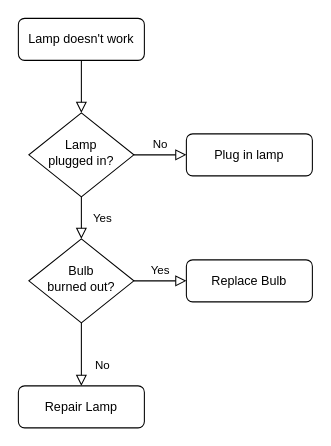
This is 未命名绘图.drawio from scancher/drawio, a draw.io file, before an edit. Source tidied: cells renumbered, new cells numbered last; positions are measured from the earlier drawing's top-left corner, leaving out a move shared by most shapes. Both pictures are drawn from the tidied source at 105%, with x=0, y=0 at pixel (18, 18).
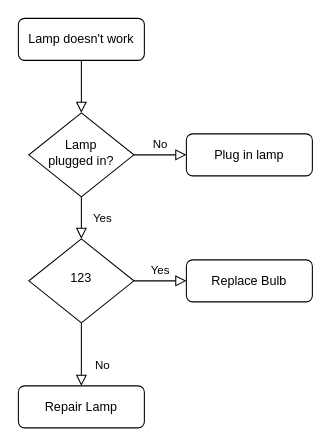
The same diagram, later.

Commit message:
更新未命名绘图.drawio

What changed in the source:
```diff
@@
 <mxGraphModel>
   <root>
     <mxCell id="0" />
     <mxCell id="1" parent="0" />
     <mxCell id="2" style="rounded=0;html=1;jettySize=auto;fontSize=11;endArrow=block;endFill=0;endSize=8;strokeWidth=1;shadow=0;labelBackgroundColor=none;edgeStyle=orthogonalEdgeStyle;" parent="1" edge="1" source="3" target="6">
       <mxGeometry relative="1" as="geometry" />
     </mxCell>
     <mxCell id="3" value="Lamp doesn't work" style="rounded=1;whiteSpace=wrap;html=1;fontSize=12;glass=0;strokeWidth=1;shadow=0;" parent="1" vertex="1">
       <mxGeometry width="120" height="40" as="geometry" />
     </mxCell>
     <mxCell id="4" value="Yes" style="rounded=0;html=1;jettySize=auto;fontSize=11;endArrow=block;endFill=0;endSize=8;strokeWidth=1;shadow=0;labelBackgroundColor=none;edgeStyle=orthogonalEdgeStyle;" parent="1" edge="1" source="6" target="10">
       <mxGeometry y="20" relative="1" as="geometry" />
     </mxCell>
     <mxCell id="5" value="No" style="edgeStyle=orthogonalEdgeStyle;rounded=0;html=1;jettySize=auto;fontSize=11;endArrow=block;endFill=0;endSize=8;strokeWidth=1;shadow=0;labelBackgroundColor=none;" parent="1" edge="1" source="6" target="7">
       <mxGeometry y="10" relative="1" as="geometry" />
     </mxCell>
     <mxCell id="6" value="Lamp&lt;br&gt;plugged in?" style="rhombus;whiteSpace=wrap;html=1;shadow=0;fontFamily=Helvetica;fontSize=12;align=center;strokeWidth=1;spacing=6;spacingTop=-4;" parent="1" vertex="1">
       <mxGeometry x="10" y="90" width="100" height="80" as="geometry" />
     </mxCell>
     <mxCell id="7" value="Plug in lamp" style="rounded=1;whiteSpace=wrap;html=1;fontSize=12;glass=0;strokeWidth=1;shadow=0;" parent="1" vertex="1">
       <mxGeometry x="160" y="110" width="120" height="40" as="geometry" />
     </mxCell>
     <mxCell id="8" value="No" style="rounded=0;html=1;jettySize=auto;fontSize=11;endArrow=block;endFill=0;endSize=8;strokeWidth=1;shadow=0;labelBackgroundColor=none;edgeStyle=orthogonalEdgeStyle;" parent="1" edge="1" source="10" target="11">
       <mxGeometry x="0.33" y="20" relative="1" as="geometry" />
     </mxCell>
     <mxCell id="9" value="Yes" style="edgeStyle=orthogonalEdgeStyle;rounded=0;html=1;jettySize=auto;fontSize=11;endArrow=block;endFill=0;endSize=8;strokeWidth=1;shadow=0;labelBackgroundColor=none;" parent="1" edge="1" source="10" target="12">
       <mxGeometry y="10" relative="1" as="geometry" />
     </mxCell>
-    <mxCell id="10" value="Bulb&lt;br&gt;burned out?" style="rhombus;whiteSpace=wrap;html=1;shadow=0;fontFamily=Helvetica;fontSize=12;align=center;strokeWidth=1;spacing=6;spacingTop=-4;" parent="1" vertex="1">
+    <mxCell id="10" value="123" style="rhombus;whiteSpace=wrap;html=1;shadow=0;fontFamily=Helvetica;fontSize=12;align=center;strokeWidth=1;spacing=6;spacingTop=-4;" parent="1" vertex="1">
       <mxGeometry x="10" y="210" width="100" height="80" as="geometry" />
     </mxCell>
     <mxCell id="11" value="Repair Lamp" style="rounded=1;whiteSpace=wrap;html=1;fontSize=12;glass=0;strokeWidth=1;shadow=0;" parent="1" vertex="1">
       <mxGeometry y="350" width="120" height="40" as="geometry" />
     </mxCell>
     <mxCell id="12" value="Replace Bulb" style="rounded=1;whiteSpace=wrap;html=1;fontSize=12;glass=0;strokeWidth=1;shadow=0;" parent="1" vertex="1">
       <mxGeometry x="160" y="230" width="120" height="40" as="geometry" />
     </mxCell>
   </root>
 </mxGraphModel>
```
